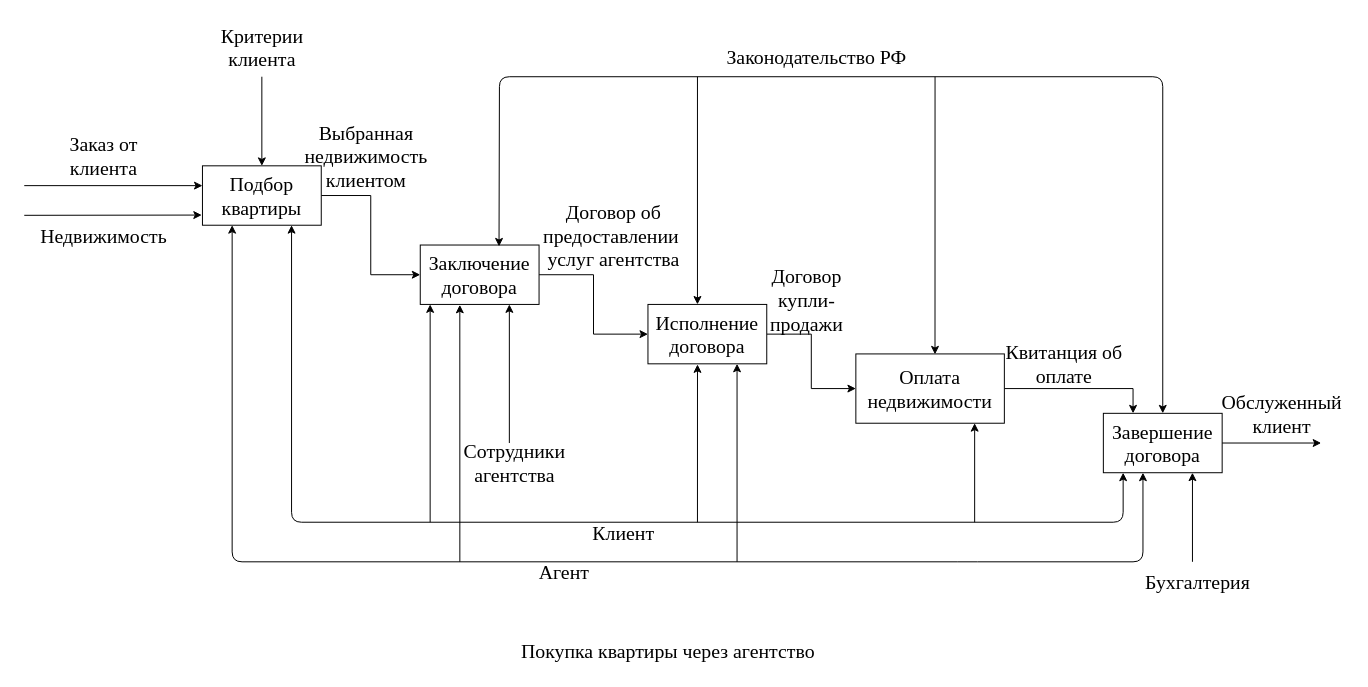
The draw.io diagram idef0Agentstvo.drawio in VitaliiPopov00/IDEF0-Function-modeling, before the edit. Source tidied: cells renumbered, new cells numbered last; positions are measured from the earlier drawing's top-left corner, leaving out a move shared by most shapes. Both pictures are drawn from the tidied source at 99%, with x=0, y=0 at pixel (24, 17).
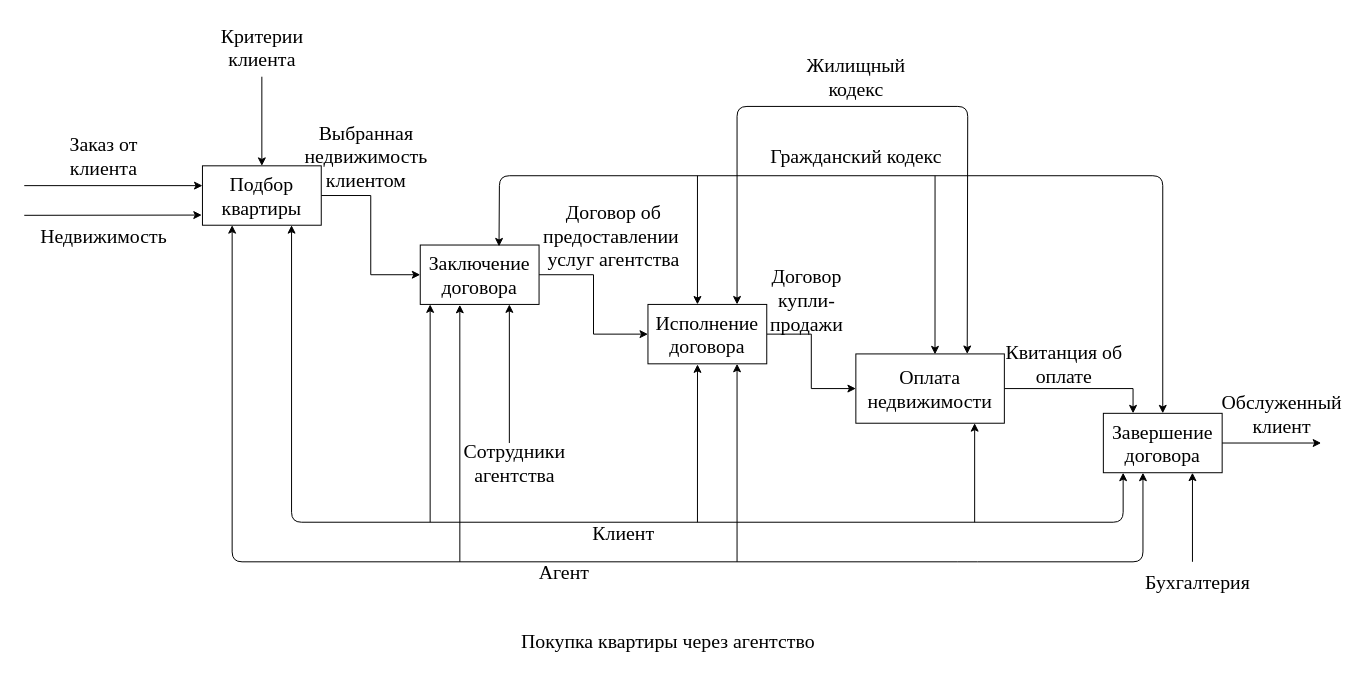
The same page after the edit.

Commit message:
Update the Management line

The change refers to these unchanged cells:
```xml
<mxCell id="9" value="Заключение договора" style="rounded=0;whiteSpace=wrap;html=1;fontFamily=Times New Roman;fontSize=20;" parent="1" vertex="1">
  <mxGeometry x="400" y="230" width="120" height="60" as="geometry" />
</mxCell>
<mxCell id="16" value="Исполнение договора" style="rounded=0;whiteSpace=wrap;html=1;fontFamily=Times New Roman;fontSize=20;" parent="1" vertex="1">
  <mxGeometry x="630" y="290" width="120" height="60" as="geometry" />
</mxCell>
<mxCell id="19" value="Оплата&lt;br&gt;недвижимости" style="rounded=0;whiteSpace=wrap;html=1;fontFamily=Times New Roman;fontSize=20;" parent="1" vertex="1">
  <mxGeometry x="840" y="340" width="150" height="70" as="geometry" />
</mxCell>
<mxCell id="20" value="Завершение договора" style="rounded=0;whiteSpace=wrap;html=1;fontFamily=Times New Roman;fontSize=20;" parent="1" vertex="1">
  <mxGeometry x="1090" y="400" width="120" height="60" as="geometry" />
</mxCell>
```

Diff of the diagram source:
```diff
@@
     <mxCell id="11" style="endArrow=classic;html=1;rounded=1;fontFamily=Times New Roman;fontSize=20;entryX=0.663;entryY=0.023;entryDx=0;entryDy=0;entryPerimeter=0;exitX=0.5;exitY=0;exitDx=0;exitDy=0;startArrow=classic;startFill=1;" parent="1" edge="1" source="20" target="9">
       <mxGeometry relative="1" as="geometry">
         <Array as="points">
-          <mxPoint x="1150" y="60" />
-          <mxPoint x="480" y="60" />
+          <mxPoint x="1150" y="160" />
+          <mxPoint x="480" y="160" />
         </Array>
       </mxGeometry>
     </mxCell>
-    <mxCell id="12" value="Законодательство РФ" style="text;html=1;align=center;verticalAlign=middle;strokeColor=none;fillColor=none;fontSize=20;fontFamily=Times New Roman;" parent="1" vertex="1">
-      <mxGeometry x="700" y="20" width="200" height="40" as="geometry" />
+    <mxCell id="12" value="Гражданский кодекс" style="text;html=1;align=center;verticalAlign=middle;strokeColor=none;fillColor=none;fontSize=20;fontFamily=Times New Roman;" parent="1" vertex="1">
+      <mxGeometry x="740" y="120" width="200" height="40" as="geometry" />
     </mxCell>
@@
     <mxCell id="25" style="endArrow=classic;html=1;rounded=1;fontFamily=Times New Roman;fontSize=20;" parent="1" edge="1">
       <mxGeometry relative="1" as="geometry">
-        <mxPoint x="680" y="60" as="sourcePoint" />
+        <mxPoint x="680" y="160" as="sourcePoint" />
         <mxPoint x="680" y="290" as="targetPoint" />
       </mxGeometry>
     </mxCell>
     <mxCell id="26" style="endArrow=classic;html=1;rounded=1;fontFamily=Times New Roman;fontSize=20;entryX=0.533;entryY=0.006;entryDx=0;entryDy=0;entryPerimeter=0;" parent="1" edge="1" target="19">
       <mxGeometry relative="1" as="geometry">
-        <mxPoint x="920" y="60" as="sourcePoint" />
+        <mxPoint x="920" y="160" as="sourcePoint" />
       </mxGeometry>
     </mxCell>
@@
     <mxCell id="38" value="&lt;font face=&quot;Times New Roman&quot; style=&quot;font-size: 20px;&quot;&gt;Покупка квартиры через агентство&lt;/font&gt;" style="text;html=1;align=center;verticalAlign=middle;strokeColor=none;fillColor=none;" parent="1" vertex="1">
-      <mxGeometry x="490" y="620" width="320" height="40" as="geometry" />
+      <mxGeometry x="490" y="610" width="320" height="40" as="geometry" />
     </mxCell>
@@
+    <mxCell id="41" style="endArrow=classic;html=1;rounded=1;entryX=0.75;entryY=0;entryDx=0;entryDy=0;exitX=0.75;exitY=0;exitDx=0;exitDy=0;startArrow=classic;startFill=1;" parent="1" edge="1" source="16" target="19">
+      <mxGeometry relative="1" as="geometry">
+        <Array as="points">
+          <mxPoint x="720" y="90" />
+          <mxPoint x="953" y="90" />
+        </Array>
+      </mxGeometry>
+    </mxCell>
+    <mxCell id="42" value="Жилищный&lt;br style=&quot;font-size: 20px;&quot;&gt;кодекс" style="text;html=1;align=center;verticalAlign=middle;strokeColor=none;fillColor=none;fontSize=20;fontFamily=Times New Roman;" parent="1" vertex="1">
+      <mxGeometry x="780" y="30" width="120" height="60" as="geometry" />
+    </mxCell>
```
